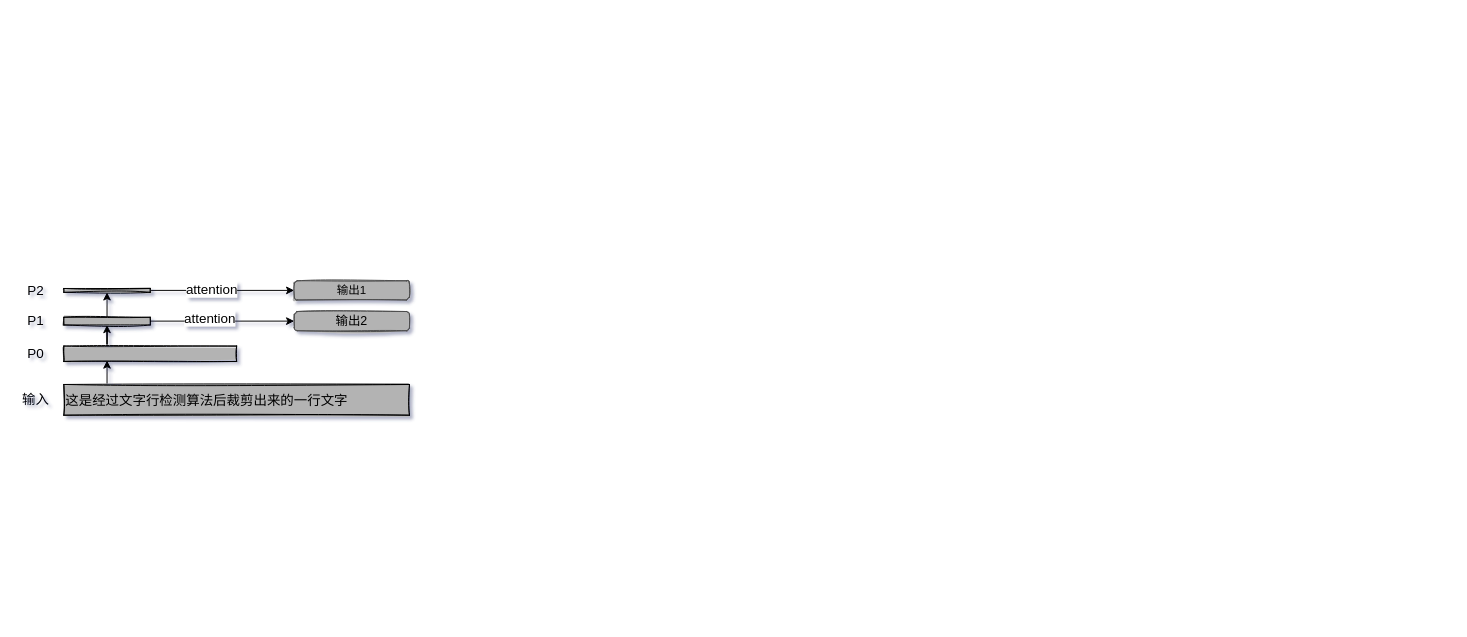
Above: OCR算法/Untitled Diagram.drawio in intgogo/tmps (draw.io), before the change. Source tidied: cells renumbered, new cells numbered last; positions are measured from the earlier drawing's top-left corner, leaving out a move shared by most shapes. Both pictures are drawn from the tidied source at 96%, with x=0, y=0 at pixel (16, 280).
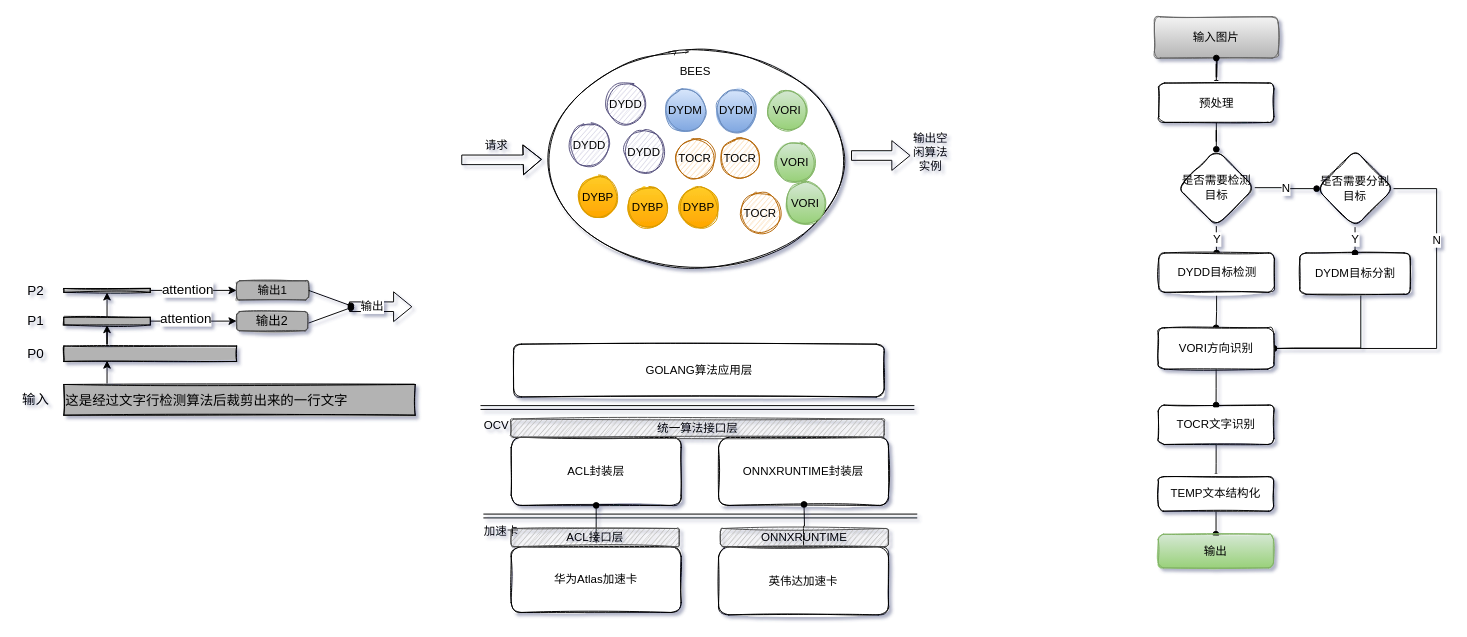
The same diagram, later.

The edit, as a diff of the source:
```diff
@@
     <mxCell id="3" value="&lt;font style=&quot;font-size: 14px&quot;&gt;这是经过文字行检测算法后裁剪出来的一行文字&lt;/font&gt;" style="rounded=0;whiteSpace=wrap;html=1;shadow=0;sketch=1;fillColor=#B3B3B3;fillStyle=solid;align=left;fontSize=16;" parent="1" vertex="1">
-      <mxGeometry x="49" y="108" width="360" height="32" as="geometry" />
+      <mxGeometry x="49" y="108" width="366" height="32" as="geometry" />
     </mxCell>
@@
     <mxCell id="13" value="输出1" style="rounded=1;whiteSpace=wrap;html=1;shadow=0;sketch=1;fontSize=12;strokeColor=#4D4D4D;fillColor=#B3B3B3;gradientDirection=south;align=center;fillStyle=solid;" parent="1" vertex="1">
-      <mxGeometry x="289" width="120" height="20" as="geometry" />
+      <mxGeometry x="229" width="75" height="20" as="geometry" />
     </mxCell>
     <mxCell id="14" value="输出2" style="rounded=1;whiteSpace=wrap;html=1;shadow=0;sketch=1;fontSize=13;strokeColor=#4D4D4D;fillColor=#B3B3B3;gradientDirection=south;align=center;fillStyle=solid;" parent="1" vertex="1">
-      <mxGeometry x="289" y="32" width="120" height="20" as="geometry" />
+      <mxGeometry x="229" y="32" width="74" height="20" as="geometry" />
     </mxCell>
@@
+    <mxCell id="19" style="shape=flexArrow;endArrow=classic;html=1;fontSize=12;" parent="1" edge="1">
+      <mxGeometry relative="1" as="geometry">
+        <mxPoint x="346" y="27" as="sourcePoint" />
+        <mxPoint x="412" y="27" as="targetPoint" />
+      </mxGeometry>
+    </mxCell>
+    <mxCell id="20" value="输出" style="edgeLabel;html=1;align=center;verticalAlign=middle;fontSize=12;" parent="19" vertex="1">
+      <mxGeometry x="0.22" y="-1" relative="1" as="geometry">
+        <mxPoint x="-17" y="-2" as="offset" />
+      </mxGeometry>
+    </mxCell>
+    <mxCell id="21" style="endArrow=oval;html=1;fontSize=12;endFill=1;" parent="1" edge="1">
+      <mxGeometry relative="1" as="geometry">
+        <mxPoint x="304" y="44" as="sourcePoint" />
+        <mxPoint x="348" y="28" as="targetPoint" />
+      </mxGeometry>
+    </mxCell>
+    <mxCell id="22" style="endArrow=oval;html=1;fontSize=12;exitX=1;exitY=0.5;exitDx=0;exitDy=0;endFill=1;" parent="1" edge="1" source="13">
+      <mxGeometry relative="1" as="geometry">
+        <mxPoint x="348" y="26" as="targetPoint" />
+      </mxGeometry>
+    </mxCell>
+    <mxCell id="23" value="GOLANG算法应用层" style="rounded=1;whiteSpace=wrap;html=1;shadow=0;sketch=1;fontSize=12;gradientDirection=south;align=center;" parent="1" vertex="1">
+      <mxGeometry x="517.5" y="66" width="386" height="55" as="geometry" />
+    </mxCell>
+    <mxCell id="24" value="ACL封装层" style="rounded=1;whiteSpace=wrap;html=1;shadow=0;sketch=1;fontSize=12;gradientDirection=south;align=center;" parent="1" vertex="1">
+      <mxGeometry x="515" y="163" width="177" height="71" as="geometry" />
+    </mxCell>
+    <mxCell id="25" style="edgeStyle=orthogonalEdgeStyle;rounded=0;jettySize=auto;html=1;exitX=0.5;exitY=0;exitDx=0;exitDy=0;entryX=0.5;entryY=1;entryDx=0;entryDy=0;fontSize=12;endArrow=oval;endFill=1;" parent="1" edge="1" source="26" target="24">
+      <mxGeometry relative="1" as="geometry" />
+    </mxCell>
+    <mxCell id="26" value="华为Atlas加速卡" style="rounded=1;whiteSpace=wrap;html=1;shadow=0;sketch=1;fontSize=12;gradientDirection=south;align=center;" parent="1" vertex="1">
+      <mxGeometry x="515" y="277" width="177" height="68.5" as="geometry" />
+    </mxCell>
+    <mxCell id="27" value="ONNXRUNTIME封装层" style="rounded=1;whiteSpace=wrap;html=1;shadow=0;sketch=1;fontSize=12;gradientDirection=south;align=center;" parent="1" vertex="1">
+      <mxGeometry x="731" y="163" width="177" height="71" as="geometry" />
+    </mxCell>
+    <mxCell id="28" style="edgeStyle=orthogonalEdgeStyle;rounded=0;jettySize=auto;html=1;exitX=0.5;exitY=0;exitDx=0;exitDy=0;fontSize=12;endArrow=oval;endFill=1;" parent="1" edge="1" source="29">
+      <mxGeometry relative="1" as="geometry">
+        <mxPoint x="820" y="233" as="targetPoint" />
+      </mxGeometry>
+    </mxCell>
+    <mxCell id="29" value="英伟达加速卡" style="rounded=1;whiteSpace=wrap;html=1;shadow=0;sketch=1;fontSize=12;gradientDirection=south;align=center;" parent="1" vertex="1">
+      <mxGeometry x="731" y="277" width="177" height="71" as="geometry" />
+    </mxCell>
+    <mxCell id="30" style="shape=link;html=1;fontSize=12;endArrow=oval;endFill=1;" parent="1" edge="1">
+      <mxGeometry relative="1" as="geometry">
+        <mxPoint x="486" y="245" as="sourcePoint" />
+        <mxPoint x="938" y="245" as="targetPoint" />
+      </mxGeometry>
+    </mxCell>
+    <mxCell id="31" value="加速卡" style="text;strokeColor=none;fillColor=none;align=left;verticalAlign=top;spacingLeft=4;spacingRight=4;overflow=hidden;rounded=0;shadow=0;sketch=1;fontSize=12;" parent="1" vertex="1">
+      <mxGeometry x="481" y="247" width="60" height="26" as="geometry" />
+    </mxCell>
+    <mxCell id="32" style="shape=link;html=1;fontSize=12;endArrow=oval;endFill=1;" parent="1" edge="1">
+      <mxGeometry relative="1" as="geometry">
+        <mxPoint x="483" y="132" as="sourcePoint" />
+        <mxPoint x="935" y="132" as="targetPoint" />
+      </mxGeometry>
+    </mxCell>
+    <mxCell id="33" value="OCV" style="text;strokeColor=none;fillColor=none;align=left;verticalAlign=top;spacingLeft=4;spacingRight=4;overflow=hidden;rounded=0;shadow=0;sketch=1;fontSize=12;" parent="1" vertex="1">
+      <mxGeometry x="481" y="137" width="41" height="26" as="geometry" />
+    </mxCell>
+    <mxCell id="34" value="统一算法接口层" style="rounded=1;whiteSpace=wrap;html=1;shadow=0;sketch=1;fontSize=12;strokeColor=#4D4D4D;fillColor=#B3B3B3;gradientDirection=south;align=center;" parent="1" vertex="1">
+      <mxGeometry x="514.5" y="144" width="389" height="19" as="geometry" />
+    </mxCell>
+    <mxCell id="35" value="ACL接口层" style="rounded=1;whiteSpace=wrap;html=1;shadow=0;sketch=1;fontSize=12;strokeColor=#4D4D4D;fillColor=#B3B3B3;gradientDirection=south;align=center;" parent="1" vertex="1">
+      <mxGeometry x="515" y="258" width="175" height="19" as="geometry" />
+    </mxCell>
+    <mxCell id="36" value="ONNXRUNTIME" style="rounded=1;whiteSpace=wrap;html=1;shadow=0;sketch=1;fontSize=12;strokeColor=#4D4D4D;fillColor=#B3B3B3;gradientDirection=south;align=center;" parent="1" vertex="1">
+      <mxGeometry x="733" y="258" width="175" height="19" as="geometry" />
+    </mxCell>
+    <mxCell id="37" style="ellipse;whiteSpace=wrap;html=1;rounded=0;shadow=0;sketch=1;fontSize=12;gradientDirection=south;align=center;" parent="1" vertex="1">
+      <mxGeometry x="547" y="-236" width="322" height="219" as="geometry" />
+    </mxCell>
+    <mxCell id="38" value="DYDM" style="ellipse;whiteSpace=wrap;html=1;rounded=0;shadow=0;sketch=1;fontSize=12;gradientDirection=south;align=center;fillColor=#dae8fc;strokeColor=#6c8ebf;gradientColor=#7ea6e0;" parent="1" vertex="1">
+      <mxGeometry x="675" y="-199" width="43" height="43" as="geometry" />
+    </mxCell>
+    <mxCell id="39" value="DYDM" style="ellipse;whiteSpace=wrap;html=1;rounded=0;shadow=0;sketch=1;fontSize=12;gradientDirection=south;align=center;gradientColor=#7ea6e0;fillColor=#dae8fc;strokeColor=#6c8ebf;" parent="1" vertex="1">
+      <mxGeometry x="728" y="-199" width="43" height="43" as="geometry" />
+    </mxCell>
+    <mxCell id="40" value="DYDD" style="ellipse;whiteSpace=wrap;html=1;rounded=0;shadow=0;sketch=1;fontSize=12;gradientDirection=south;align=center;fillColor=#d0cee2;strokeColor=#56517e;" parent="1" vertex="1">
+      <mxGeometry x="575" y="-163" width="43" height="43" as="geometry" />
+    </mxCell>
+    <mxCell id="41" value="DYDD" style="ellipse;whiteSpace=wrap;html=1;rounded=0;shadow=0;sketch=1;fontSize=12;gradientDirection=south;align=center;fillColor=#d0cee2;strokeColor=#56517e;" parent="1" vertex="1">
+      <mxGeometry x="632" y="-156" width="43" height="43" as="geometry" />
+    </mxCell>
+    <mxCell id="42" value="TOCR" style="ellipse;whiteSpace=wrap;html=1;rounded=0;shadow=0;sketch=1;fontSize=12;gradientDirection=south;align=center;fillColor=#fad7ac;strokeColor=#b46504;" parent="1" vertex="1">
+      <mxGeometry x="685" y="-149" width="43" height="43" as="geometry" />
+    </mxCell>
+    <mxCell id="43" value="TOCR" style="ellipse;whiteSpace=wrap;html=1;rounded=0;shadow=0;sketch=1;fontSize=12;gradientDirection=south;align=center;fillColor=#fad7ac;strokeColor=#b46504;" parent="1" vertex="1">
+      <mxGeometry x="732" y="-149" width="43" height="43" as="geometry" />
+    </mxCell>
+    <mxCell id="44" value="VORI" style="ellipse;whiteSpace=wrap;html=1;rounded=0;shadow=0;sketch=1;fontSize=12;gradientDirection=south;align=center;gradientColor=#97d077;fillColor=#d5e8d4;strokeColor=#82b366;" parent="1" vertex="1">
+      <mxGeometry x="781" y="-199" width="43" height="43" as="geometry" />
+    </mxCell>
+    <mxCell id="45" value="VORI" style="ellipse;whiteSpace=wrap;html=1;rounded=0;shadow=0;sketch=1;fontSize=12;gradientDirection=south;align=center;gradientColor=#97d077;fillColor=#d5e8d4;strokeColor=#82b366;" parent="1" vertex="1">
+      <mxGeometry x="789" y="-145" width="43" height="43" as="geometry" />
+    </mxCell>
+    <mxCell id="46" value="DYBP" style="ellipse;whiteSpace=wrap;html=1;rounded=0;shadow=0;sketch=1;fontSize=12;gradientDirection=south;align=center;gradientColor=#ffa500;fillColor=#ffcd28;strokeColor=#d79b00;" parent="1" vertex="1">
+      <mxGeometry x="636" y="-98" width="43" height="43" as="geometry" />
+    </mxCell>
+    <mxCell id="47" value="DYBP" style="ellipse;whiteSpace=wrap;html=1;rounded=0;shadow=0;sketch=1;fontSize=12;gradientDirection=south;align=center;gradientColor=#ffa500;fillColor=#ffcd28;strokeColor=#d79b00;" parent="1" vertex="1">
+      <mxGeometry x="689" y="-98" width="43" height="43" as="geometry" />
+    </mxCell>
+    <mxCell id="48" style="shape=flexArrow;endArrow=classic;html=1;fontSize=12;entryX=0;entryY=0.5;entryDx=0;entryDy=0;" parent="1" edge="1" target="37">
+      <mxGeometry relative="1" as="geometry">
+        <mxPoint x="463" y="-126" as="sourcePoint" />
+        <Array as="points">
+          <mxPoint x="525" y="-126" />
+        </Array>
+      </mxGeometry>
+    </mxCell>
+    <mxCell id="49" value="BEES" style="text;html=1;strokeColor=none;fillColor=none;align=center;verticalAlign=middle;whiteSpace=wrap;rounded=0;shadow=0;sketch=1;fontSize=12;" parent="1" vertex="1">
+      <mxGeometry x="687" y="-228" width="40" height="20" as="geometry" />
+    </mxCell>
+    <mxCell id="50" value="TOCR" style="ellipse;whiteSpace=wrap;html=1;rounded=0;shadow=0;sketch=1;fontSize=12;gradientDirection=south;align=center;fillColor=#fad7ac;strokeColor=#b46504;" parent="1" vertex="1">
+      <mxGeometry x="753" y="-92" width="43" height="43" as="geometry" />
+    </mxCell>
+    <mxCell id="51" value="DYDD" style="ellipse;whiteSpace=wrap;html=1;rounded=0;shadow=0;sketch=1;fontSize=12;gradientDirection=south;align=center;fillColor=#d0cee2;strokeColor=#56517e;" parent="1" vertex="1">
+      <mxGeometry x="613" y="-206" width="43" height="43" as="geometry" />
+    </mxCell>
+    <mxCell id="52" value="DYBP" style="ellipse;whiteSpace=wrap;html=1;rounded=0;shadow=0;sketch=1;fontSize=12;gradientDirection=south;align=center;gradientColor=#ffa500;fillColor=#ffcd28;strokeColor=#d79b00;" parent="1" vertex="1">
+      <mxGeometry x="584" y="-109" width="43" height="43" as="geometry" />
+    </mxCell>
+    <mxCell id="53" value="VORI" style="ellipse;whiteSpace=wrap;html=1;rounded=0;shadow=0;sketch=1;fontSize=12;gradientDirection=south;align=center;gradientColor=#97d077;fillColor=#d5e8d4;strokeColor=#82b366;" parent="1" vertex="1">
+      <mxGeometry x="800" y="-102" width="43" height="43" as="geometry" />
+    </mxCell>
+    <mxCell id="54" style="shape=flexArrow;endArrow=classic;html=1;fontSize=12;" parent="1" edge="1">
+      <mxGeometry relative="1" as="geometry">
+        <mxPoint x="869" y="-130.5" as="sourcePoint" />
+        <mxPoint x="931" y="-131" as="targetPoint" />
+        <Array as="points">
+          <mxPoint x="931" y="-130.5" />
+        </Array>
+      </mxGeometry>
+    </mxCell>
+    <mxCell id="55" value="请求" style="text;html=1;strokeColor=none;fillColor=none;align=center;verticalAlign=middle;whiteSpace=wrap;rounded=0;shadow=0;sketch=1;fontSize=12;" parent="1" vertex="1">
+      <mxGeometry x="480" y="-151" width="40" height="20" as="geometry" />
+    </mxCell>
+    <mxCell id="56" value="输出空闲算法实例" style="text;html=1;strokeColor=none;fillColor=none;align=center;verticalAlign=middle;whiteSpace=wrap;rounded=0;shadow=0;sketch=1;fontSize=12;" parent="1" vertex="1">
+      <mxGeometry x="931.5" y="-144.5" width="40" height="20" as="geometry" />
+    </mxCell>
+    <mxCell id="57" style="edgeStyle=orthogonalEdgeStyle;rounded=0;jettySize=auto;html=1;fontSize=12;endArrow=oval;endFill=1;" parent="1" edge="1" source="58" target="61">
+      <mxGeometry relative="1" as="geometry" />
+    </mxCell>
+    <mxCell id="58" value="输入图片" style="rounded=1;whiteSpace=wrap;html=1;shadow=0;sketch=1;fontSize=12;gradientDirection=south;align=center;gradientColor=#b3b3b3;fillColor=#f5f5f5;strokeColor=#666666;" parent="1" vertex="1">
+      <mxGeometry x="1185" y="-275" width="129" height="43" as="geometry" />
+    </mxCell>
+    <mxCell id="59" style="edgeStyle=orthogonalEdgeStyle;rounded=0;jettySize=auto;html=1;fontSize=12;endArrow=oval;endFill=1;" parent="1" edge="1" source="61" target="64">
+      <mxGeometry relative="1" as="geometry" />
+    </mxCell>
+    <mxCell id="60" style="edgeStyle=orthogonalEdgeStyle;rounded=0;jettySize=auto;html=1;fontSize=12;endArrow=oval;endFill=1;" parent="1" edge="1" target="58">
+      <mxGeometry relative="1" as="geometry">
+        <mxPoint x="1250" y="-212" as="sourcePoint" />
+      </mxGeometry>
+    </mxCell>
+    <mxCell id="61" value="预处理" style="rounded=1;whiteSpace=wrap;html=1;shadow=0;gradientDirection=south;sketch=1;" parent="1" vertex="1">
+      <mxGeometry x="1189.5" y="-206" width="120" height="41" as="geometry" />
+    </mxCell>
+    <mxCell id="62" value="Y" style="edgeStyle=orthogonalEdgeStyle;rounded=0;jettySize=auto;html=1;fontSize=12;endArrow=oval;endFill=1;" parent="1" edge="1" source="64" target="66">
+      <mxGeometry relative="1" as="geometry" />
+    </mxCell>
+    <mxCell id="63" value="N" style="edgeStyle=orthogonalEdgeStyle;rounded=0;jettySize=auto;html=1;fontSize=12;endArrow=oval;endFill=1;" parent="1" edge="1" source="64" target="69">
+      <mxGeometry relative="1" as="geometry" />
+    </mxCell>
+    <mxCell id="64" value="是否需要检测目标" style="rhombus;whiteSpace=wrap;html=1;rounded=1;shadow=0;gradientDirection=south;sketch=1;" parent="1" vertex="1">
+      <mxGeometry x="1209.5" y="-137" width="80" height="80" as="geometry" />
+    </mxCell>
+    <mxCell id="65" style="edgeStyle=orthogonalEdgeStyle;rounded=0;jettySize=auto;html=1;entryX=0.5;entryY=0;entryDx=0;entryDy=0;fontSize=12;endArrow=oval;endFill=1;" parent="1" edge="1" source="66" target="73">
+      <mxGeometry relative="1" as="geometry" />
+    </mxCell>
+    <mxCell id="66" value="DYDD目标检测" style="rounded=1;whiteSpace=wrap;html=1;shadow=0;gradientDirection=south;sketch=1;" parent="1" vertex="1">
+      <mxGeometry x="1189.5" y="-29" width="120.5" height="41" as="geometry" />
+    </mxCell>
+    <mxCell id="67" value="Y" style="edgeStyle=orthogonalEdgeStyle;rounded=0;jettySize=auto;html=1;fontSize=12;endArrow=oval;endFill=1;" parent="1" edge="1" source="69" target="71">
+      <mxGeometry relative="1" as="geometry" />
+    </mxCell>
+    <mxCell id="68" value="N" style="edgeStyle=orthogonalEdgeStyle;rounded=0;jettySize=auto;html=1;exitX=1;exitY=0.5;exitDx=0;exitDy=0;entryX=1;entryY=0.5;entryDx=0;entryDy=0;fontSize=12;endArrow=oval;endFill=1;" parent="1" edge="1" source="69" target="73">
+      <mxGeometry x="-0.48" relative="1" as="geometry">
+        <Array as="points">
+          <mxPoint x="1479" y="-96" />
+          <mxPoint x="1479" y="70" />
+        </Array>
+      </mxGeometry>
+    </mxCell>
+    <mxCell id="69" value="是否需要分割目标" style="rhombus;whiteSpace=wrap;html=1;rounded=1;shadow=0;gradientDirection=south;sketch=1;" parent="1" vertex="1">
+      <mxGeometry x="1354" y="-136" width="80" height="80" as="geometry" />
+    </mxCell>
+    <mxCell id="70" style="edgeStyle=orthogonalEdgeStyle;rounded=0;jettySize=auto;html=1;entryX=1;entryY=0.5;entryDx=0;entryDy=0;fontSize=12;endArrow=oval;endFill=1;" parent="1" edge="1" source="71" target="73">
+      <mxGeometry relative="1" as="geometry">
+        <Array as="points">
+          <mxPoint x="1400" y="70" />
+          <mxPoint x="1330" y="70" />
+        </Array>
+      </mxGeometry>
+    </mxCell>
+    <mxCell id="71" value="DYDM目标分割" style="whiteSpace=wrap;html=1;rounded=1;shadow=0;gradientDirection=south;sketch=1;" parent="1" vertex="1">
+      <mxGeometry x="1336.5" y="-29" width="115" height="43" as="geometry" />
+    </mxCell>
+    <mxCell id="72" style="edgeStyle=orthogonalEdgeStyle;rounded=0;jettySize=auto;html=1;entryX=0.5;entryY=0;entryDx=0;entryDy=0;fontSize=12;endArrow=oval;endFill=1;" parent="1" edge="1" source="73" target="75">
+      <mxGeometry relative="1" as="geometry" />
+    </mxCell>
+    <mxCell id="73" value="VORI方向识别" style="rounded=1;whiteSpace=wrap;html=1;shadow=0;gradientDirection=south;sketch=1;" parent="1" vertex="1">
+      <mxGeometry x="1189" y="49" width="120.5" height="43" as="geometry" />
+    </mxCell>
+    <mxCell id="74" style="edgeStyle=orthogonalEdgeStyle;rounded=0;jettySize=auto;html=1;fontSize=12;endArrow=oval;endFill=1;" parent="1" edge="1" source="75" target="77">
+      <mxGeometry relative="1" as="geometry" />
+    </mxCell>
+    <mxCell id="75" value="TOCR文字识别" style="rounded=1;whiteSpace=wrap;html=1;shadow=0;gradientDirection=south;sketch=1;" parent="1" vertex="1">
+      <mxGeometry x="1189" y="129.5" width="120.5" height="41" as="geometry" />
+    </mxCell>
+    <mxCell id="76" style="edgeStyle=orthogonalEdgeStyle;rounded=0;jettySize=auto;html=1;fontSize=12;endArrow=oval;endFill=1;" parent="1" edge="1" source="77" target="78">
+      <mxGeometry relative="1" as="geometry" />
+    </mxCell>
+    <mxCell id="77" value="TEMP文本结构化" style="whiteSpace=wrap;html=1;rounded=1;shadow=0;gradientDirection=south;sketch=1;" parent="1" vertex="1">
+      <mxGeometry x="1189.2" y="204" width="120" height="36" as="geometry" />
+    </mxCell>
+    <mxCell id="78" value="输出" style="whiteSpace=wrap;html=1;rounded=1;shadow=0;gradientDirection=south;sketch=1;gradientColor=#97d077;fillColor=#d5e8d4;strokeColor=#82b366;" parent="1" vertex="1">
+      <mxGeometry x="1189" y="264" width="120" height="35" as="geometry" />
+    </mxCell>
```
